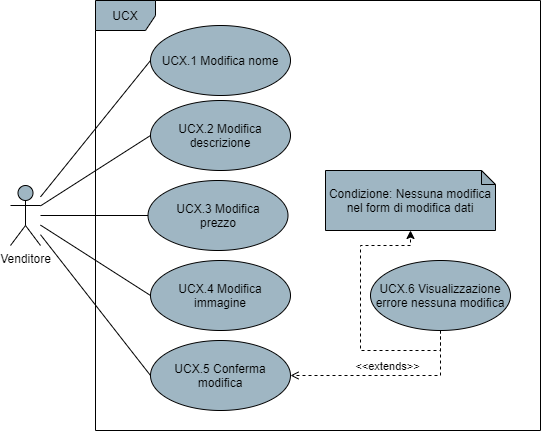
The draw.io diagram DocumentazioneEsterna/AnalisiDeiRequisiti/res/UseCase/Immagini/ModificaProdotto.png in Omicron-Team/Documentazione, before a commit. Source tidied: cells renumbered, new cells last; positions are measured from the earlier drawing's top-left corner, leaving out a move shared by most shapes. Source of this version:
```xml
<mxGraphModel>
  <root>
    <mxCell id="0" />
    <mxCell id="1" parent="0" />
    <mxCell id="2" style="rounded=0;jettySize=auto;html=1;entryX=0;entryY=0.5;entryDx=0;entryDy=0;endArrow=none;endFill=0;" parent="1" edge="1" source="7" target="9">
      <mxGeometry relative="1" as="geometry" />
    </mxCell>
    <mxCell id="3" style="edgeStyle=none;rounded=0;jettySize=auto;html=1;entryX=0;entryY=0.5;entryDx=0;entryDy=0;endArrow=none;endFill=0;" parent="1" edge="1" source="7" target="10">
      <mxGeometry relative="1" as="geometry" />
    </mxCell>
    <mxCell id="4" style="edgeStyle=none;rounded=0;jettySize=auto;html=1;entryX=0;entryY=0.5;entryDx=0;entryDy=0;endArrow=none;endFill=0;" parent="1" edge="1" source="7" target="11">
      <mxGeometry relative="1" as="geometry" />
    </mxCell>
    <mxCell id="5" style="edgeStyle=none;rounded=0;jettySize=auto;html=1;entryX=0;entryY=0.5;entryDx=0;entryDy=0;endArrow=none;endFill=0;" parent="1" edge="1" source="7" target="12">
      <mxGeometry relative="1" as="geometry" />
    </mxCell>
    <mxCell id="6" style="edgeStyle=none;rounded=0;jettySize=auto;html=1;entryX=0;entryY=0.5;entryDx=0;entryDy=0;endArrow=none;endFill=0;" parent="1" edge="1" source="7" target="13">
      <mxGeometry relative="1" as="geometry" />
    </mxCell>
    <mxCell id="7" value="Venditore" style="shape=umlActor;verticalLabelPosition=bottom;verticalAlign=top;html=1;fillColor=#9FB6C3;" parent="1" vertex="1">
      <mxGeometry y="185" width="30" height="60" as="geometry" />
    </mxCell>
    <mxCell id="8" value="UCX" style="shape=umlFrame;whiteSpace=wrap;html=1;fillColor=#9FB6C3;" parent="1" vertex="1">
      <mxGeometry x="85" width="445" height="430" as="geometry" />
    </mxCell>
    <mxCell id="9" value="UCX.1 Modifica nome" style="ellipse;whiteSpace=wrap;html=1;fillColor=#9FB6C3;" parent="1" vertex="1">
      <mxGeometry x="140" y="25" width="140" height="70" as="geometry" />
    </mxCell>
    <mxCell id="10" value="UCX.2 Modifica descrizione" style="ellipse;whiteSpace=wrap;html=1;fillColor=#9FB6C3;" parent="1" vertex="1">
      <mxGeometry x="140" y="100" width="140" height="70" as="geometry" />
    </mxCell>
    <mxCell id="11" value="UCX.3 Modifica&lt;br&gt;prezzo" style="ellipse;whiteSpace=wrap;html=1;fillColor=#9FB6C3;" parent="1" vertex="1">
      <mxGeometry x="137.5" y="180" width="140" height="70" as="geometry" />
    </mxCell>
    <mxCell id="12" value="UCX.4 Modifica immagine" style="ellipse;whiteSpace=wrap;html=1;fillColor=#9FB6C3;" parent="1" vertex="1">
      <mxGeometry x="140" y="260" width="140" height="70" as="geometry" />
    </mxCell>
    <mxCell id="13" value="UCX.5 Conferma modifica" style="ellipse;whiteSpace=wrap;html=1;fillColor=#9FB6C3;" parent="1" vertex="1">
      <mxGeometry x="140" y="340" width="140" height="70" as="geometry" />
    </mxCell>
    <mxCell id="14" value="&amp;lt;&amp;lt;extends&amp;gt;&amp;gt;" style="edgeStyle=orthogonalEdgeStyle;rounded=0;jettySize=auto;html=1;exitX=0.5;exitY=1;exitDx=0;exitDy=0;entryX=1;entryY=0.5;entryDx=0;entryDy=0;endArrow=open;endFill=0;dashed=1;verticalAlign=bottom;align=center;" parent="1" edge="1" source="15" target="13">
      <mxGeometry relative="1" as="geometry" />
    </mxCell>
    <mxCell id="15" value="UCX.6 Visualizzazione errore nessuna modifica" style="ellipse;whiteSpace=wrap;html=1;fillColor=#9FB6C3;" parent="1" vertex="1">
      <mxGeometry x="360" y="260" width="140" height="70" as="geometry" />
    </mxCell>
    <mxCell id="16" value="Condizione: Nessuna modifica nel form di modifica dati" style="shape=note;whiteSpace=wrap;html=1;backgroundOutline=1;darkOpacity=0.05;size=14;fillColor=#9FB6C3;" parent="1" vertex="1">
      <mxGeometry x="315" y="170" width="170" height="60" as="geometry" />
    </mxCell>
    <mxCell id="17" style="endArrow=classic;html=1;dashed=1;align=center;entryX=0.5;entryY=1;entryDx=0;entryDy=0;entryPerimeter=0;exitX=0.5;exitY=1;exitDx=0;exitDy=0;edgeStyle=orthogonalEdgeStyle;rounded=0;" parent="1" edge="1" source="15" target="16">
      <mxGeometry relative="1" as="geometry">
        <Array as="points">
          <mxPoint x="430" y="350" />
          <mxPoint x="350" y="350" />
          <mxPoint x="350" y="245" />
          <mxPoint x="400" y="245" />
        </Array>
      </mxGeometry>
    </mxCell>
  </root>
</mxGraphModel>
```
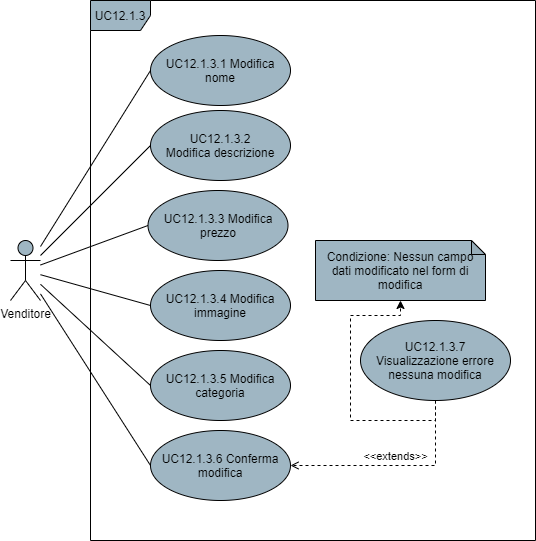
The same file after the commit.

What changed in the source:
```diff
@@ -18,44 +18,50 @@
       <mxGeometry relative="1" as="geometry" />
     </mxCell>
     <mxCell id="7" value="Venditore" style="shape=umlActor;verticalLabelPosition=bottom;verticalAlign=top;html=1;fillColor=#9FB6C3;" parent="1" vertex="1">
-      <mxGeometry y="185" width="30" height="60" as="geometry" />
+      <mxGeometry y="230" width="30" height="60" as="geometry" />
     </mxCell>
-    <mxCell id="8" value="UCX" style="shape=umlFrame;whiteSpace=wrap;html=1;fillColor=#9FB6C3;" parent="1" vertex="1">
-      <mxGeometry x="85" width="445" height="430" as="geometry" />
+    <mxCell id="8" value="UC12.1.3" style="shape=umlFrame;whiteSpace=wrap;html=1;fillColor=#9FB6C3;" parent="1" vertex="1">
+      <mxGeometry x="80" y="-10" width="445" height="540" as="geometry" />
     </mxCell>
-    <mxCell id="9" value="UCX.1 Modifica nome" style="ellipse;whiteSpace=wrap;html=1;fillColor=#9FB6C3;" parent="1" vertex="1">
+    <mxCell id="9" value="UC12.1.3.1 Modifica nome" style="ellipse;whiteSpace=wrap;html=1;fillColor=#9FB6C3;" parent="1" vertex="1">
       <mxGeometry x="140" y="25" width="140" height="70" as="geometry" />
     </mxCell>
-    <mxCell id="10" value="UCX.2 Modifica descrizione" style="ellipse;whiteSpace=wrap;html=1;fillColor=#9FB6C3;" parent="1" vertex="1">
+    <mxCell id="10" value="UC12.1.3.2 Modifica&amp;nbsp;descrizione" style="ellipse;whiteSpace=wrap;html=1;fillColor=#9FB6C3;" parent="1" vertex="1">
       <mxGeometry x="140" y="100" width="140" height="70" as="geometry" />
     </mxCell>
-    <mxCell id="11" value="UCX.3 Modifica&lt;br&gt;prezzo" style="ellipse;whiteSpace=wrap;html=1;fillColor=#9FB6C3;" parent="1" vertex="1">
+    <mxCell id="11" value="UC12.1.3.3 Modifica prezzo" style="ellipse;whiteSpace=wrap;html=1;fillColor=#9FB6C3;" parent="1" vertex="1">
       <mxGeometry x="137.5" y="180" width="140" height="70" as="geometry" />
     </mxCell>
-    <mxCell id="12" value="UCX.4 Modifica immagine" style="ellipse;whiteSpace=wrap;html=1;fillColor=#9FB6C3;" parent="1" vertex="1">
+    <mxCell id="12" value="UC12.1.3.4 Modifica immagine" style="ellipse;whiteSpace=wrap;html=1;fillColor=#9FB6C3;" parent="1" vertex="1">
       <mxGeometry x="140" y="260" width="140" height="70" as="geometry" />
     </mxCell>
-    <mxCell id="13" value="UCX.5 Conferma modifica" style="ellipse;whiteSpace=wrap;html=1;fillColor=#9FB6C3;" parent="1" vertex="1">
-      <mxGeometry x="140" y="340" width="140" height="70" as="geometry" />
+    <mxCell id="13" value="UC12.1.3.6 Conferma modifica" style="ellipse;whiteSpace=wrap;html=1;fillColor=#9FB6C3;" parent="1" vertex="1">
+      <mxGeometry x="140" y="420" width="140" height="70" as="geometry" />
     </mxCell>
     <mxCell id="14" value="&amp;lt;&amp;lt;extends&amp;gt;&amp;gt;" style="edgeStyle=orthogonalEdgeStyle;rounded=0;jettySize=auto;html=1;exitX=0.5;exitY=1;exitDx=0;exitDy=0;entryX=1;entryY=0.5;entryDx=0;entryDy=0;endArrow=open;endFill=0;dashed=1;verticalAlign=bottom;align=center;" parent="1" edge="1" source="15" target="13">
       <mxGeometry relative="1" as="geometry" />
     </mxCell>
-    <mxCell id="15" value="UCX.6 Visualizzazione errore nessuna modifica" style="ellipse;whiteSpace=wrap;html=1;fillColor=#9FB6C3;" parent="1" vertex="1">
-      <mxGeometry x="360" y="260" width="140" height="70" as="geometry" />
+    <mxCell id="15" value="UC12.1.3.7 Visualizzazione&amp;nbsp;errore nessuna modifica" style="ellipse;whiteSpace=wrap;html=1;fillColor=#9FB6C3;" parent="1" vertex="1">
+      <mxGeometry x="350" y="310" width="150" height="80" as="geometry" />
     </mxCell>
-    <mxCell id="16" value="Condizione: Nessuna modifica nel form di modifica dati" style="shape=note;whiteSpace=wrap;html=1;backgroundOutline=1;darkOpacity=0.05;size=14;fillColor=#9FB6C3;" parent="1" vertex="1">
-      <mxGeometry x="315" y="170" width="170" height="60" as="geometry" />
+    <mxCell id="16" value="Condizione: Nessun campo dati modificato nel form di modifica" style="shape=note;whiteSpace=wrap;html=1;backgroundOutline=1;darkOpacity=0.05;size=14;fillColor=#9FB6C3;" parent="1" vertex="1">
+      <mxGeometry x="305" y="230" width="170" height="60" as="geometry" />
     </mxCell>
     <mxCell id="17" style="endArrow=classic;html=1;dashed=1;align=center;entryX=0.5;entryY=1;entryDx=0;entryDy=0;entryPerimeter=0;exitX=0.5;exitY=1;exitDx=0;exitDy=0;edgeStyle=orthogonalEdgeStyle;rounded=0;" parent="1" edge="1" source="15" target="16">
       <mxGeometry relative="1" as="geometry">
         <Array as="points">
-          <mxPoint x="430" y="350" />
-          <mxPoint x="350" y="350" />
-          <mxPoint x="350" y="245" />
-          <mxPoint x="400" y="245" />
+          <mxPoint x="425" y="410" />
+          <mxPoint x="340" y="410" />
+          <mxPoint x="340" y="305" />
+          <mxPoint x="390" y="305" />
         </Array>
       </mxGeometry>
     </mxCell>
+    <mxCell id="18" value="UC12.1.3.5 Modifica categoria" style="ellipse;whiteSpace=wrap;html=1;fillColor=#9FB6C3;" parent="1" vertex="1">
+      <mxGeometry x="140" y="340" width="140" height="70" as="geometry" />
+    </mxCell>
+    <mxCell id="19" style="endArrow=none;html=1;exitX=0;exitY=0.5;exitDx=0;exitDy=0;" parent="1" edge="1" source="18" target="7">
+      <mxGeometry relative="1" as="geometry" />
+    </mxCell>
   </root>
 </mxGraphModel>
```
